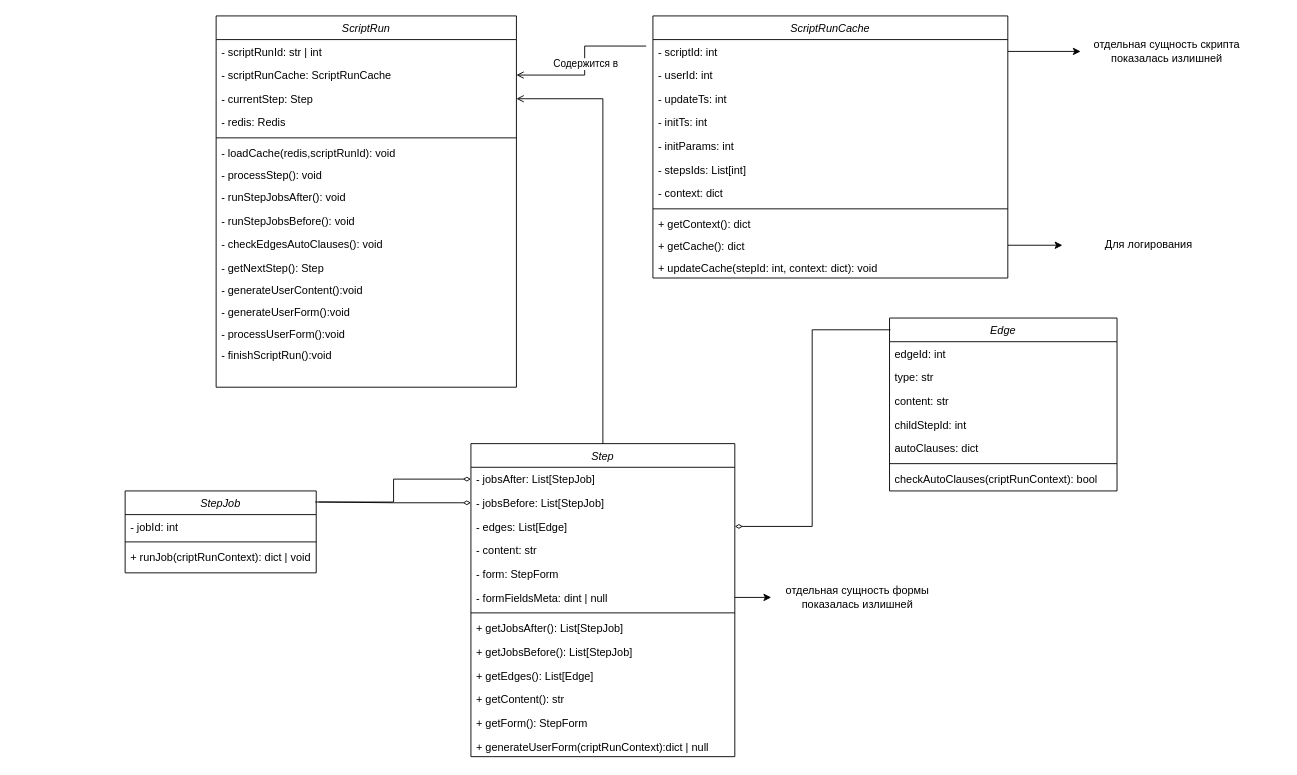
This is scripting_uml.drawio from pashorg/stuff, a draw.io file, before an edit. Source tidied: cells renumbered, new cells numbered last; positions are measured from the earlier drawing's top-left corner, leaving out a move shared by most shapes. Both pictures are drawn from the tidied source at 91%, with x=0, y=0 at pixel (125, 15).
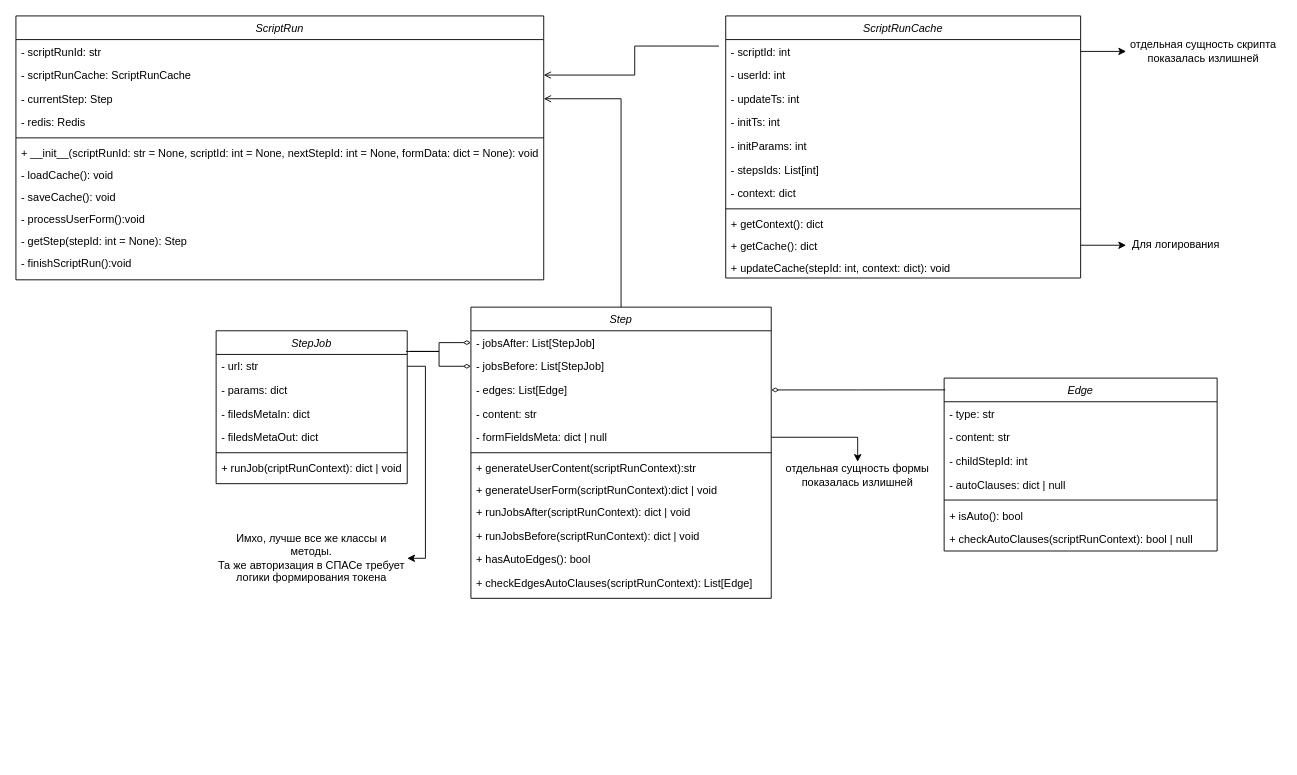
The same diagram, later.

Unchanged cells that the change refers to:
```xml
<mxCell id="30" style="edgeStyle=orthogonalEdgeStyle;rounded=0;jettySize=auto;html=1;exitX=1;exitY=0.5;exitDx=0;exitDy=0;entryX=-0.019;entryY=0.115;entryDx=0;entryDy=0;entryPerimeter=0;startArrow=open;startFill=0;endArrow=none;endFill=0;" parent="1" edge="1" source="4" target="18">
  <mxGeometry relative="1" as="geometry" />
</mxCell>
```

What changed in the source:
```diff
@@
     <mxCell id="2" value="ScriptRun" style="swimlane;fontStyle=2;align=center;verticalAlign=top;horizontal=1;startSize=26;rounded=0;shadow=0;strokeWidth=1;" parent="1" vertex="1">
-      <mxGeometry x="100" width="330" height="408" as="geometry" />
+      <mxGeometry x="-120" width="580" height="290" as="geometry" />
     </mxCell>
-    <mxCell id="3" value="- scriptRunId: str | int" style="text;align=left;verticalAlign=top;spacingLeft=4;spacingRight=4;overflow=hidden;rounded=0;shadow=0;html=0;" parent="2" vertex="1">
-      <mxGeometry y="26" width="330" height="26" as="geometry" />
+    <mxCell id="3" value="- scriptRunId: str" style="text;align=left;verticalAlign=top;spacingLeft=4;spacingRight=4;overflow=hidden;rounded=0;shadow=0;html=0;" parent="2" vertex="1">
+      <mxGeometry y="26" width="580" height="26" as="geometry" />
     </mxCell>
     <mxCell id="4" value="- scriptRunCache: ScriptRunCache" style="text;align=left;verticalAlign=top;spacingLeft=4;spacingRight=4;overflow=hidden;points=[[0,0.5],[1,0.5]];portConstraint=eastwest;rounded=0;shadow=0;html=0;" parent="2" vertex="1">
-      <mxGeometry y="52" width="330" height="26" as="geometry" />
+      <mxGeometry y="52" width="580" height="26" as="geometry" />
     </mxCell>
     <mxCell id="5" value="- currentStep: Step" style="text;align=left;verticalAlign=top;spacingLeft=4;spacingRight=4;overflow=hidden;points=[[0,0.5],[1,0.5]];portConstraint=eastwest;rounded=0;shadow=0;html=0;" parent="2" vertex="1">
-      <mxGeometry y="78" width="330" height="26" as="geometry" />
+      <mxGeometry y="78" width="580" height="26" as="geometry" />
     </mxCell>
     <mxCell id="6" value="- redis: Redis" style="text;align=left;verticalAlign=top;spacingLeft=4;spacingRight=4;overflow=hidden;rounded=0;shadow=0;html=0;" parent="2" vertex="1">
-      <mxGeometry y="104" width="330" height="26" as="geometry" />
+      <mxGeometry y="104" width="580" height="26" as="geometry" />
     </mxCell>
     <mxCell id="7" style="line;html=1;strokeWidth=1;align=left;verticalAlign=middle;spacingTop=-1;spacingLeft=3;spacingRight=3;labelPosition=right;" parent="2" vertex="1">
-      <mxGeometry y="130" width="330" height="8" as="geometry" />
+      <mxGeometry y="130" width="580" height="8" as="geometry" />
     </mxCell>
+    <mxCell id="68" value="+ __init__(scriptRunId: str = None, scriptId: int = None, nextStepId: int = None, formData: dict = None): void" style="text;align=left;verticalAlign=top;spacingLeft=4;spacingRight=4;overflow=hidden;" parent="2" vertex="1">
+      <mxGeometry y="138" width="580" height="24" as="geometry" />
+    </mxCell>
-    <mxCell id="8" value="- loadCache(redis,scriptRunId): void" style="text;align=left;verticalAlign=top;spacingLeft=4;spacingRight=4;overflow=hidden;" parent="2" vertex="1">
-      <mxGeometry y="138" width="330" height="24" as="geometry" />
+    <mxCell id="8" value="- loadCache(): void" style="text;align=left;verticalAlign=top;spacingLeft=4;spacingRight=4;overflow=hidden;" parent="2" vertex="1">
+      <mxGeometry y="162" width="580" height="24" as="geometry" />
     </mxCell>
-    <mxCell id="9" value="- processStep(): void" style="text;align=left;verticalAlign=top;spacingLeft=4;spacingRight=4;overflow=hidden;" parent="2" vertex="1">
-      <mxGeometry y="162" width="330" height="24" as="geometry" />
-    </mxCell>
-    <mxCell id="10" value="- runStepJobsAfter(): void" style="text;align=left;verticalAlign=top;spacingLeft=4;spacingRight=4;overflow=hidden;rounded=0;shadow=0;html=0;" parent="2" vertex="1">
-      <mxGeometry y="186" width="330" height="26" as="geometry" />
-    </mxCell>
-    <mxCell id="11" value="- runStepJobsBefore(): void" style="text;align=left;verticalAlign=top;spacingLeft=4;spacingRight=4;overflow=hidden;rounded=0;shadow=0;html=0;" parent="2" vertex="1">
-      <mxGeometry y="212" width="330" height="26" as="geometry" />
-    </mxCell>
-    <mxCell id="12" value="- checkEdgesAutoClauses(): void" style="text;align=left;verticalAlign=top;spacingLeft=4;spacingRight=4;overflow=hidden;rounded=0;shadow=0;html=0;" parent="2" vertex="1">
-      <mxGeometry y="238" width="330" height="26" as="geometry" />
-    </mxCell>
+    <mxCell id="69" value="- saveCache(): void" style="text;align=left;verticalAlign=top;spacingLeft=4;spacingRight=4;overflow=hidden;" parent="2" vertex="1">
+      <mxGeometry y="186" width="580" height="24" as="geometry" />
+    </mxCell>
+    <mxCell id="16" value="- processUserForm():void" style="text;align=left;verticalAlign=top;spacingLeft=4;spacingRight=4;overflow=hidden;" parent="2" vertex="1">
+      <mxGeometry y="210" width="580" height="24" as="geometry" />
+    </mxCell>
-    <mxCell id="13" value="- getNextStep(): Step" style="text;align=left;verticalAlign=top;spacingLeft=4;spacingRight=4;overflow=hidden;" parent="2" vertex="1">
-      <mxGeometry y="264" width="330" height="24" as="geometry" />
+    <mxCell id="13" value="- getStep(stepId: int = None): Step" style="text;align=left;verticalAlign=top;spacingLeft=4;spacingRight=4;overflow=hidden;" parent="2" vertex="1">
+      <mxGeometry y="234" width="580" height="24" as="geometry" />
     </mxCell>
-    <mxCell id="14" value="- generateUserContent():void" style="text;align=left;verticalAlign=top;spacingLeft=4;spacingRight=4;overflow=hidden;" parent="2" vertex="1">
-      <mxGeometry y="288" width="330" height="24" as="geometry" />
-    </mxCell>
-    <mxCell id="15" value="- generateUserForm():void" style="text;align=left;verticalAlign=top;spacingLeft=4;spacingRight=4;overflow=hidden;" parent="2" vertex="1">
-      <mxGeometry y="312" width="330" height="24" as="geometry" />
-    </mxCell>
-    <mxCell id="16" value="- processUserForm():void" style="text;align=left;verticalAlign=top;spacingLeft=4;spacingRight=4;overflow=hidden;" parent="2" vertex="1">
-      <mxGeometry y="336" width="330" height="24" as="geometry" />
-    </mxCell>
     <mxCell id="17" value="- finishScriptRun():void" style="text;align=left;verticalAlign=top;spacingLeft=4;spacingRight=4;overflow=hidden;" parent="2" vertex="1">
-      <mxGeometry y="360" width="330" height="24" as="geometry" />
+      <mxGeometry y="258" width="580" height="24" as="geometry" />
     </mxCell>
     <mxCell id="18" value="ScriptRunCache" style="swimlane;fontStyle=2;align=center;verticalAlign=top;horizontal=1;startSize=26;rounded=0;shadow=0;strokeWidth=1;" parent="1" vertex="1">
-      <mxGeometry x="580" width="390" height="288" as="geometry" />
+      <mxGeometry x="660" width="390" height="288" as="geometry" />
     </mxCell>
@@
-    <mxCell id="31" value="Содержится в" style="edgeLabel;html=1;align=center;verticalAlign=middle;" parent="30" vertex="1">
-      <mxGeometry x="0.01" relative="1" as="geometry" />
-    </mxCell>
     <mxCell id="32" value="Step" style="swimlane;fontStyle=2;align=center;verticalAlign=top;horizontal=1;startSize=26;rounded=0;shadow=0;strokeWidth=1;" parent="1" vertex="1">
-      <mxGeometry x="380" y="470" width="290" height="344" as="geometry" />
+      <mxGeometry x="380" y="320" width="330" height="320" as="geometry" />
     </mxCell>
     <mxCell id="33" value="- jobsAfter: List[StepJob]" style="text;align=left;verticalAlign=top;spacingLeft=4;spacingRight=4;overflow=hidden;points=[[0,0.5],[1,0.5]];portConstraint=eastwest;rounded=0;shadow=0;html=0;" parent="32" vertex="1">
-      <mxGeometry y="26" width="290" height="26" as="geometry" />
+      <mxGeometry y="26" width="330" height="26" as="geometry" />
     </mxCell>
     <mxCell id="34" value="- jobsBefore: List[StepJob]" style="text;align=left;verticalAlign=top;spacingLeft=4;spacingRight=4;overflow=hidden;points=[[0,0.5],[1,0.5]];portConstraint=eastwest;rounded=0;shadow=0;html=0;" parent="32" vertex="1">
-      <mxGeometry y="52" width="290" height="26" as="geometry" />
+      <mxGeometry y="52" width="330" height="26" as="geometry" />
     </mxCell>
     <mxCell id="35" value="- edges: List[Edge]" style="text;align=left;verticalAlign=top;spacingLeft=4;spacingRight=4;overflow=hidden;points=[[0,0.5],[1,0.5]];portConstraint=eastwest;rounded=0;shadow=0;html=0;" parent="32" vertex="1">
-      <mxGeometry y="78" width="290" height="26" as="geometry" />
+      <mxGeometry y="78" width="330" height="26" as="geometry" />
     </mxCell>
     <mxCell id="36" value="- content: str" style="text;align=left;verticalAlign=top;spacingLeft=4;spacingRight=4;overflow=hidden;rounded=0;shadow=0;html=0;" parent="32" vertex="1">
-      <mxGeometry y="104" width="290" height="26" as="geometry" />
+      <mxGeometry y="104" width="330" height="26" as="geometry" />
     </mxCell>
-    <mxCell id="37" value="- form: StepForm" style="text;align=left;verticalAlign=top;spacingLeft=4;spacingRight=4;overflow=hidden;rounded=0;shadow=0;html=0;" parent="32" vertex="1">
-      <mxGeometry y="130" width="290" height="26" as="geometry" />
-    </mxCell>
-    <mxCell id="38" value="- formFieldsMeta: dint | null" style="text;align=left;verticalAlign=top;spacingLeft=4;spacingRight=4;overflow=hidden;points=[[0,0.5],[1,0.5]];portConstraint=eastwest;rounded=0;shadow=0;html=0;" parent="32" vertex="1">
-      <mxGeometry y="156" width="290" height="26" as="geometry" />
+    <mxCell id="38" value="- formFieldsMeta: dict | null" style="text;align=left;verticalAlign=top;spacingLeft=4;spacingRight=4;overflow=hidden;points=[[0,0.5],[1,0.5]];portConstraint=eastwest;rounded=0;shadow=0;html=0;" parent="32" vertex="1">
+      <mxGeometry y="130" width="330" height="26" as="geometry" />
     </mxCell>
     <mxCell id="39" style="line;html=1;strokeWidth=1;align=left;verticalAlign=middle;spacingTop=-1;spacingLeft=3;spacingRight=3;labelPosition=right;" parent="32" vertex="1">
-      <mxGeometry y="182" width="290" height="8" as="geometry" />
+      <mxGeometry y="156" width="330" height="8" as="geometry" />
     </mxCell>
-    <mxCell id="40" value="+ getJobsAfter(): List[StepJob]" style="text;align=left;verticalAlign=top;spacingLeft=4;spacingRight=4;overflow=hidden;rounded=0;shadow=0;html=0;" parent="32" vertex="1">
-      <mxGeometry y="190" width="290" height="26" as="geometry" />
-    </mxCell>
-    <mxCell id="41" value="+ getJobsBefore(): List[StepJob]" style="text;align=left;verticalAlign=top;spacingLeft=4;spacingRight=4;overflow=hidden;rounded=0;shadow=0;html=0;" parent="32" vertex="1">
-      <mxGeometry y="216" width="290" height="26" as="geometry" />
-    </mxCell>
-    <mxCell id="42" value="+ getEdges(): List[Edge]" style="text;align=left;verticalAlign=top;spacingLeft=4;spacingRight=4;overflow=hidden;rounded=0;shadow=0;html=0;" parent="32" vertex="1">
-      <mxGeometry y="242" width="290" height="26" as="geometry" />
-    </mxCell>
-    <mxCell id="43" value="+ getContent(): str" style="text;align=left;verticalAlign=top;spacingLeft=4;spacingRight=4;overflow=hidden;rounded=0;shadow=0;html=0;" parent="32" vertex="1">
-      <mxGeometry y="268" width="290" height="26" as="geometry" />
-    </mxCell>
-    <mxCell id="44" value="+ getForm(): StepForm" style="text;align=left;verticalAlign=top;spacingLeft=4;spacingRight=4;overflow=hidden;rounded=0;shadow=0;html=0;" parent="32" vertex="1">
-      <mxGeometry y="294" width="290" height="26" as="geometry" />
-    </mxCell>
+    <mxCell id="14" value="+ generateUserContent(scriptRunContext):str" style="text;align=left;verticalAlign=top;spacingLeft=4;spacingRight=4;overflow=hidden;" parent="32" vertex="1">
+      <mxGeometry y="164" width="330" height="24" as="geometry" />
+    </mxCell>
-    <mxCell id="45" value="+ generateUserForm(criptRunContext):dict | null" style="text;align=left;verticalAlign=top;spacingLeft=4;spacingRight=4;overflow=hidden;" parent="32" vertex="1">
-      <mxGeometry y="320" width="290" height="24" as="geometry" />
+    <mxCell id="45" value="+ generateUserForm(scriptRunContext):dict | void" style="text;align=left;verticalAlign=top;spacingLeft=4;spacingRight=4;overflow=hidden;" parent="32" vertex="1">
+      <mxGeometry y="188" width="330" height="24" as="geometry" />
     </mxCell>
+    <mxCell id="10" value="+ runJobsAfter(scriptRunContext): dict | void" style="text;align=left;verticalAlign=top;spacingLeft=4;spacingRight=4;overflow=hidden;rounded=0;shadow=0;html=0;" parent="32" vertex="1">
+      <mxGeometry y="212" width="330" height="26" as="geometry" />
+    </mxCell>
+    <mxCell id="11" value="+ runJobsBefore(scriptRunContext): dict | void" style="text;align=left;verticalAlign=top;spacingLeft=4;spacingRight=4;overflow=hidden;rounded=0;shadow=0;html=0;" parent="32" vertex="1">
+      <mxGeometry y="238" width="330" height="26" as="geometry" />
+    </mxCell>
+    <mxCell id="70" value="+ hasAutoEdges(): bool" style="text;align=left;verticalAlign=top;spacingLeft=4;spacingRight=4;overflow=hidden;rounded=0;shadow=0;html=0;" parent="32" vertex="1">
+      <mxGeometry y="264" width="330" height="26" as="geometry" />
+    </mxCell>
+    <mxCell id="12" value="+ checkEdgesAutoClauses(scriptRunContext): List[Edge]" style="text;align=left;verticalAlign=top;spacingLeft=4;spacingRight=4;overflow=hidden;rounded=0;shadow=0;html=0;" parent="32" vertex="1">
+      <mxGeometry y="290" width="330" height="26" as="geometry" />
+    </mxCell>
@@
     <mxCell id="47" value="StepJob" style="swimlane;fontStyle=2;align=center;verticalAlign=top;horizontal=1;startSize=26;rounded=0;shadow=0;strokeWidth=1;" parent="1" vertex="1">
-      <mxGeometry y="522" width="210" height="90" as="geometry" />
+      <mxGeometry x="100" y="346" width="210" height="168" as="geometry" />
     </mxCell>
+    <mxCell id="71" value="- url: str" style="text;align=left;verticalAlign=top;spacingLeft=4;spacingRight=4;overflow=hidden;points=[[0,0.5],[1,0.5]];portConstraint=eastwest;rounded=0;shadow=0;html=0;" parent="47" vertex="1">
+      <mxGeometry y="26" width="210" height="26" as="geometry" />
+    </mxCell>
+    <mxCell id="72" value="- params: dict" style="text;align=left;verticalAlign=top;spacingLeft=4;spacingRight=4;overflow=hidden;rounded=0;shadow=0;html=0;" parent="47" vertex="1">
+      <mxGeometry y="52" width="210" height="26" as="geometry" />
+    </mxCell>
-    <mxCell id="48" value="- jobId: int" style="text;align=left;verticalAlign=top;spacingLeft=4;spacingRight=4;overflow=hidden;rounded=0;shadow=0;html=0;" parent="47" vertex="1">
-      <mxGeometry y="26" width="210" height="26" as="geometry" />
+    <mxCell id="48" value="- filedsMetaIn: dict" style="text;align=left;verticalAlign=top;spacingLeft=4;spacingRight=4;overflow=hidden;rounded=0;shadow=0;html=0;" parent="47" vertex="1">
+      <mxGeometry y="78" width="210" height="26" as="geometry" />
     </mxCell>
+    <mxCell id="73" value="- filedsMetaOut: dict" style="text;align=left;verticalAlign=top;spacingLeft=4;spacingRight=4;overflow=hidden;rounded=0;shadow=0;html=0;" parent="47" vertex="1">
+      <mxGeometry y="104" width="210" height="26" as="geometry" />
+    </mxCell>
     <mxCell id="49" style="line;html=1;strokeWidth=1;align=left;verticalAlign=middle;spacingTop=-1;spacingLeft=3;spacingRight=3;labelPosition=right;" parent="47" vertex="1">
-      <mxGeometry y="52" width="210" height="8" as="geometry" />
+      <mxGeometry y="130" width="210" height="8" as="geometry" />
     </mxCell>
     <mxCell id="50" value="+ runJob(criptRunContext): dict | void" style="text;align=left;verticalAlign=top;spacingLeft=4;spacingRight=4;overflow=hidden;rounded=0;shadow=0;html=0;" parent="47" vertex="1">
-      <mxGeometry y="60" width="210" height="30" as="geometry" />
+      <mxGeometry y="138" width="210" height="30" as="geometry" />
     </mxCell>
@@
     <mxCell id="53" value="Edge" style="swimlane;fontStyle=2;align=center;verticalAlign=top;horizontal=1;startSize=26;rounded=0;shadow=0;strokeWidth=1;" parent="1" vertex="1">
-      <mxGeometry x="840" y="332" width="250" height="190" as="geometry" />
+      <mxGeometry x="900" y="398" width="300" height="190" as="geometry" />
     </mxCell>
-    <mxCell id="54" value="edgeId: int" style="text;align=left;verticalAlign=top;spacingLeft=4;spacingRight=4;overflow=hidden;rounded=0;shadow=0;html=0;" parent="53" vertex="1">
-      <mxGeometry y="26" width="250" height="26" as="geometry" />
-    </mxCell>
-    <mxCell id="55" value="type: str" style="text;align=left;verticalAlign=top;spacingLeft=4;spacingRight=4;overflow=hidden;rounded=0;shadow=0;html=0;" parent="53" vertex="1">
-      <mxGeometry y="52" width="250" height="26" as="geometry" />
+    <mxCell id="55" value="- type: str" style="text;align=left;verticalAlign=top;spacingLeft=4;spacingRight=4;overflow=hidden;rounded=0;shadow=0;html=0;" parent="53" vertex="1">
+      <mxGeometry y="26" width="300" height="26" as="geometry" />
     </mxCell>
-    <mxCell id="56" value="content: str" style="text;align=left;verticalAlign=top;spacingLeft=4;spacingRight=4;overflow=hidden;rounded=0;shadow=0;html=0;" parent="53" vertex="1">
-      <mxGeometry y="78" width="250" height="26" as="geometry" />
+    <mxCell id="56" value="- content: str" style="text;align=left;verticalAlign=top;spacingLeft=4;spacingRight=4;overflow=hidden;rounded=0;shadow=0;html=0;" parent="53" vertex="1">
+      <mxGeometry y="52" width="300" height="26" as="geometry" />
     </mxCell>
-    <mxCell id="57" value="childStepId: int" style="text;align=left;verticalAlign=top;spacingLeft=4;spacingRight=4;overflow=hidden;rounded=0;shadow=0;html=0;" parent="53" vertex="1">
-      <mxGeometry y="104" width="250" height="26" as="geometry" />
+    <mxCell id="57" value="- childStepId: int" style="text;align=left;verticalAlign=top;spacingLeft=4;spacingRight=4;overflow=hidden;rounded=0;shadow=0;html=0;" parent="53" vertex="1">
+      <mxGeometry y="78" width="300" height="26" as="geometry" />
     </mxCell>
-    <mxCell id="58" value="autoClauses: dict" style="text;align=left;verticalAlign=top;spacingLeft=4;spacingRight=4;overflow=hidden;rounded=0;shadow=0;html=0;" parent="53" vertex="1">
-      <mxGeometry y="130" width="250" height="26" as="geometry" />
+    <mxCell id="58" value="- autoClauses: dict | null" style="text;align=left;verticalAlign=top;spacingLeft=4;spacingRight=4;overflow=hidden;rounded=0;shadow=0;html=0;" parent="53" vertex="1">
+      <mxGeometry y="104" width="300" height="26" as="geometry" />
     </mxCell>
     <mxCell id="59" style="line;html=1;strokeWidth=1;align=left;verticalAlign=middle;spacingTop=-1;spacingLeft=3;spacingRight=3;labelPosition=right;" parent="53" vertex="1">
-      <mxGeometry y="156" width="250" height="8" as="geometry" />
+      <mxGeometry y="130" width="300" height="8" as="geometry" />
     </mxCell>
+    <mxCell id="74" value="+ isAuto(): bool" style="text;align=left;verticalAlign=top;spacingLeft=4;spacingRight=4;overflow=hidden;rounded=0;shadow=0;html=0;" parent="53" vertex="1">
+      <mxGeometry y="138" width="300" height="26" as="geometry" />
+    </mxCell>
-    <mxCell id="60" value="checkAutoClauses(criptRunContext): bool" style="text;align=left;verticalAlign=top;spacingLeft=4;spacingRight=4;overflow=hidden;rounded=0;shadow=0;html=0;" parent="53" vertex="1">
-      <mxGeometry y="164" width="250" height="26" as="geometry" />
+    <mxCell id="60" value="+ checkAutoClauses(scriptRunContext): bool | null" style="text;align=left;verticalAlign=top;spacingLeft=4;spacingRight=4;overflow=hidden;rounded=0;shadow=0;html=0;" parent="53" vertex="1">
+      <mxGeometry y="164" width="300" height="26" as="geometry" />
     </mxCell>
@@
     <mxCell id="62" value="отдельная сущность скрипта показалась излишней" style="text;html=1;strokeColor=none;fillColor=none;align=center;verticalAlign=middle;whiteSpace=wrap;rounded=0;" parent="1" vertex="1">
-      <mxGeometry x="1050" y="24" width="190" height="30" as="geometry" />
+      <mxGeometry x="1100" y="24" width="170" height="30" as="geometry" />
     </mxCell>
     <mxCell id="63" value="Для логирования" style="text;html=1;strokeColor=none;fillColor=none;align=center;verticalAlign=middle;whiteSpace=wrap;rounded=0;" parent="1" vertex="1">
-      <mxGeometry x="1030" y="237" width="190" height="30" as="geometry" />
+      <mxGeometry x="1100" y="237" width="110" height="30" as="geometry" />
     </mxCell>
@@
     <mxCell id="66" value="отдельная сущность формы показалась излишней" style="text;html=1;strokeColor=none;fillColor=none;align=center;verticalAlign=middle;whiteSpace=wrap;rounded=0;" parent="1" vertex="1">
-      <mxGeometry x="710" y="624" width="190" height="30" as="geometry" />
+      <mxGeometry x="710" y="490" width="190" height="30" as="geometry" />
     </mxCell>
@@
+    <mxCell id="75" value="Имхо, лучше все же классы и методы. &lt;br&gt;Та же авторизация в СПАСе требует логики формирования токена" style="text;html=1;strokeColor=none;fillColor=none;align=center;verticalAlign=middle;whiteSpace=wrap;rounded=0;" parent="1" vertex="1">
+      <mxGeometry x="100" y="562" width="210" height="68" as="geometry" />
+    </mxCell>
+    <mxCell id="76" style="edgeStyle=orthogonalEdgeStyle;rounded=0;jettySize=auto;html=1;exitX=1;exitY=0.5;exitDx=0;exitDy=0;entryX=1;entryY=0.5;entryDx=0;entryDy=0;" parent="1" edge="1" source="71" target="75">
+      <mxGeometry relative="1" as="geometry" />
+    </mxCell>
```
